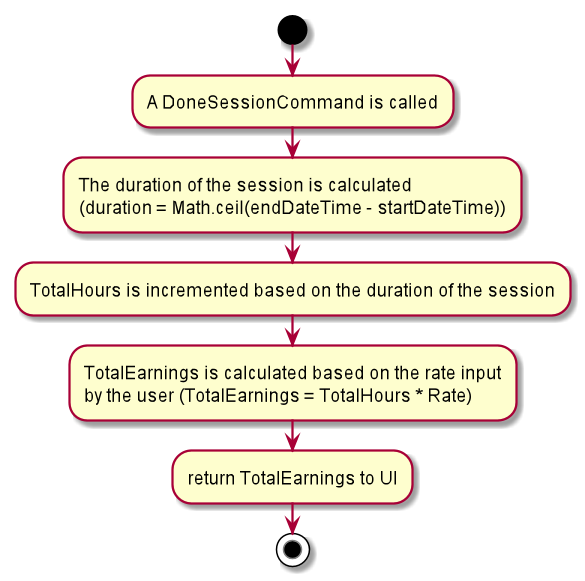
aakanksha-rai/main keeps this PlantUML diagram as images/TssActivityDiagram.png. Above is the earlier version. Source of this version:
```plantuml
@startuml
start
:A DoneSessionCommand is called;

:The duration of the session is calculated
(duration = Math.ceil(endDateTime - startDateTime));

:TotalHours is incremented based on the duration of the session;

:TotalEarnings is calculated based on the rate input
by the user (TotalEarnings = TotalHours * Rate);

:return TotalEarnings to UI;

stop
@enduml
```
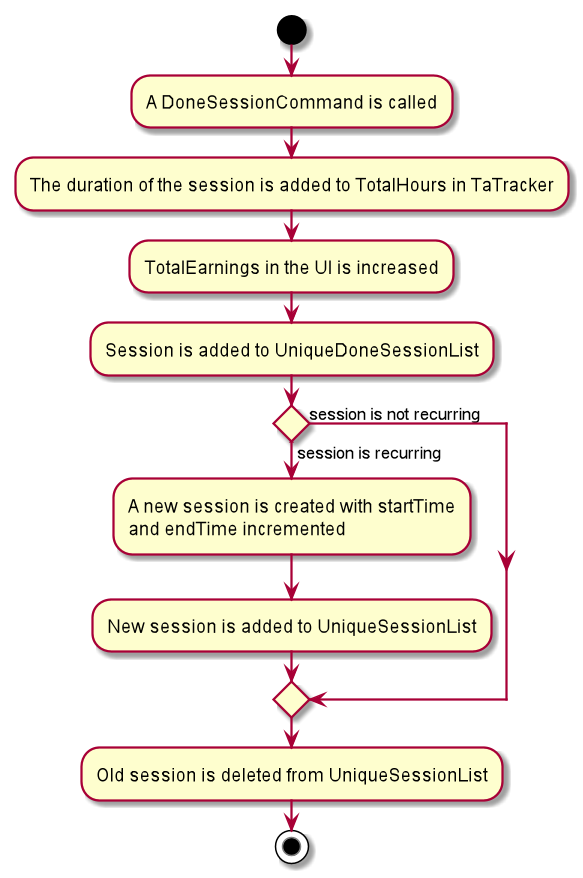
The same file after the commit.

Change to the diagram source:
```diff
@@ -2,15 +2,18 @@
 start
 :A DoneSessionCommand is called;
 
-:The duration of the session is calculated
-(duration = Math.ceil(endDateTime - startDateTime));
+  :The duration of the session is added to TotalHours in TaTracker;
+  :TotalEarnings in the UI is increased;
+  :Session is added to UniqueDoneSessionList;
 
-:TotalHours is incremented based on the duration of the session;
+  if () then (session is recurring)
+    :A new session is created with startTime
+    and endTime incremented;
+    :New session is added to UniqueSessionList;
 
-:TotalEarnings is calculated based on the rate input
-by the user (TotalEarnings = TotalHours * Rate);
+    else (session is not recurring)
+endif
+    :Old session is deleted from UniqueSessionList;
 
-:return TotalEarnings to UI;
-
-stop
+    stop
 @enduml
```
